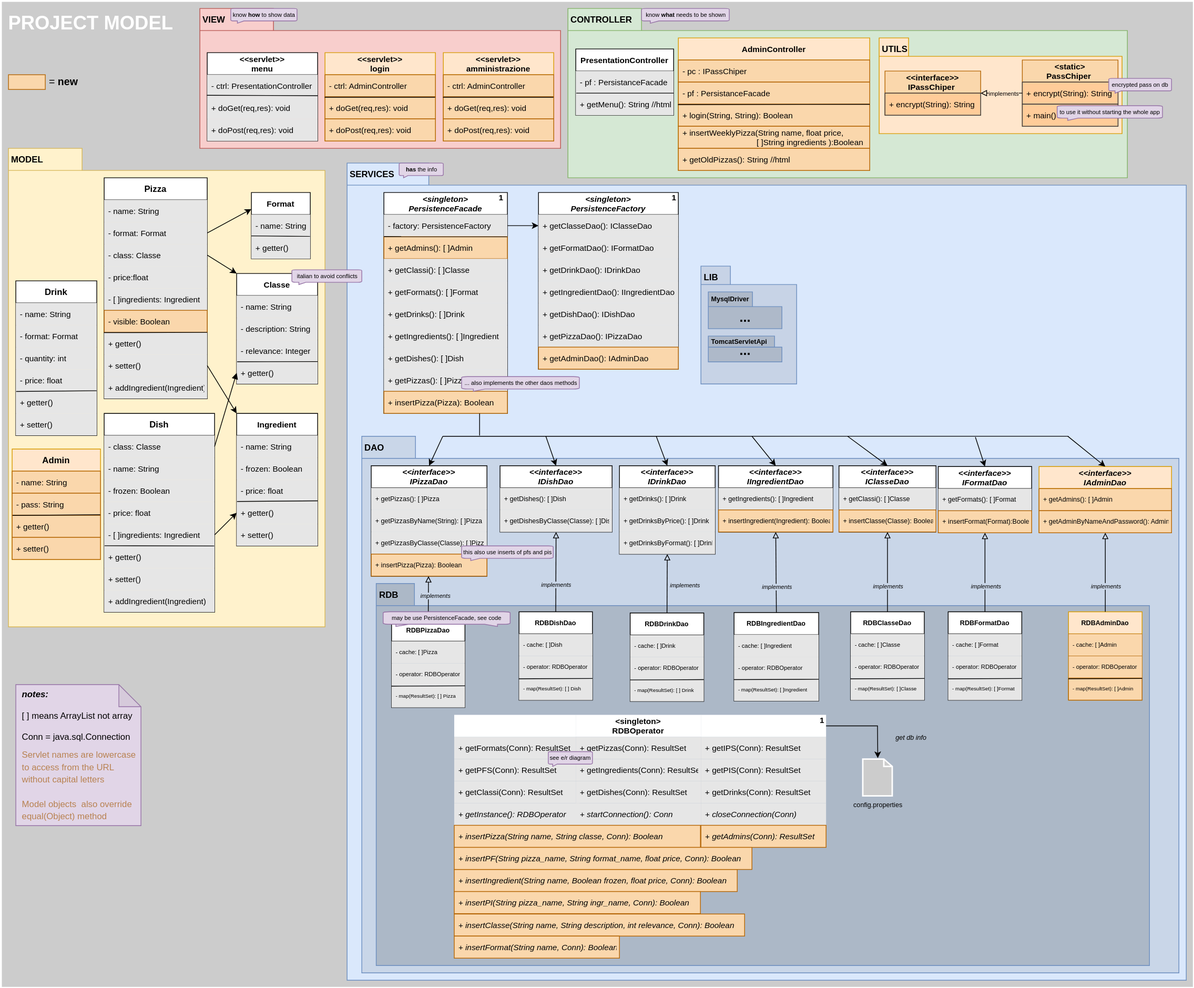
Before: doc/assets/2projectModel.drawio.svg, a diagram exported from draw.io (omismone/strapizzami). Source tidied: cells renumbered, new cells last; positions are measured from the earlier drawing's top-left corner, leaving out a move shared by most shapes.
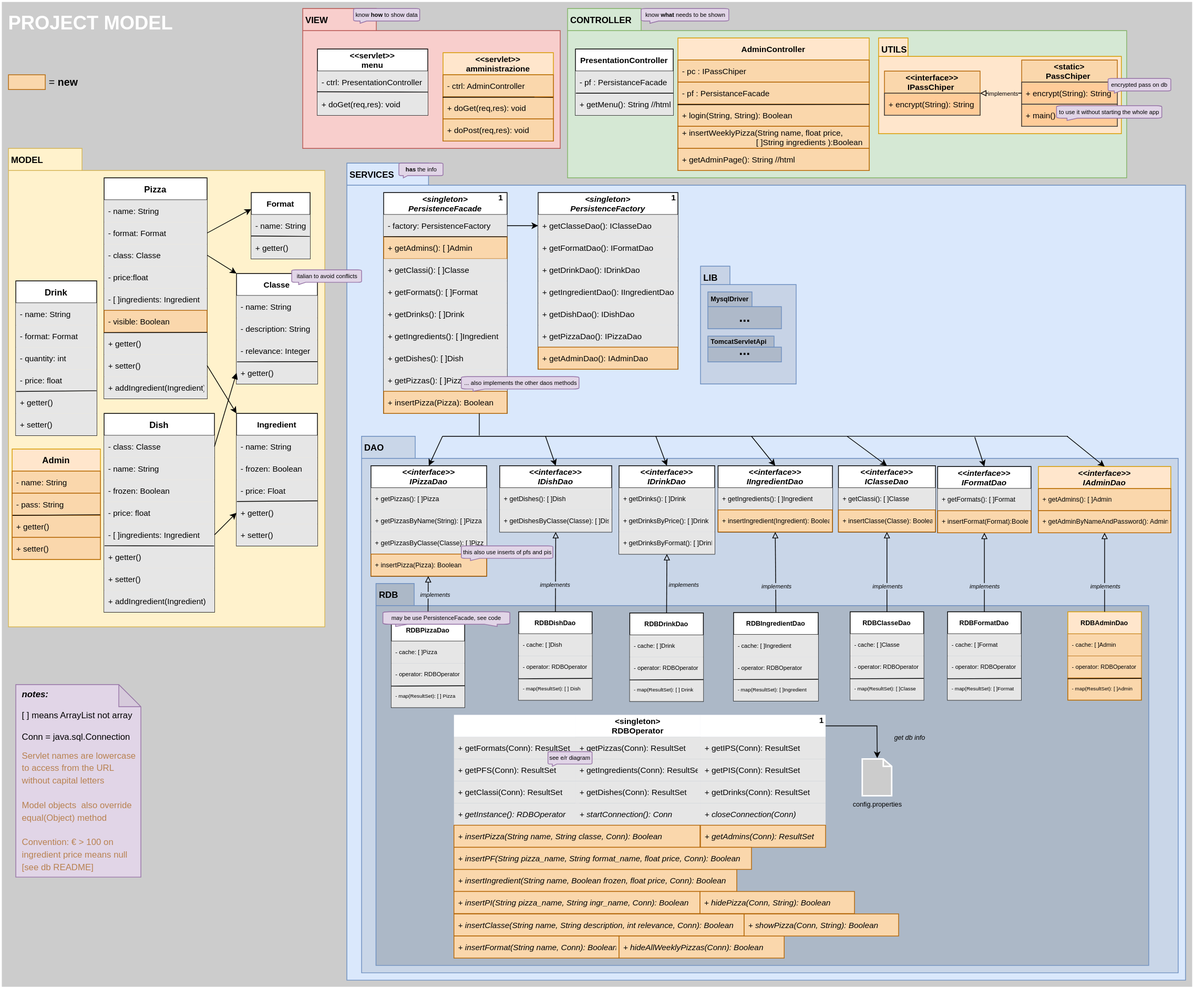
Later version of the same file.

The edit, as a diff of the source:
```diff
@@ -82,7 +82,7 @@
     <mxCell id="27" value="- frozen: Boolean" style="text;strokeColor=none;fillColor=#E6E6E6;align=left;verticalAlign=middle;spacingLeft=4;spacingRight=4;overflow=hidden;fontSize=11;" parent="25" vertex="1">
       <mxGeometry y="60" width="110" height="30" as="geometry" />
     </mxCell>
-    <mxCell id="28" value="- price: float" style="text;strokeColor=none;fillColor=#E6E6E6;align=left;verticalAlign=middle;spacingLeft=4;spacingRight=4;overflow=hidden;fontSize=11;" parent="25" vertex="1">
+    <mxCell id="28" value="- price: Float" style="text;strokeColor=none;fillColor=#E6E6E6;align=left;verticalAlign=middle;spacingLeft=4;spacingRight=4;overflow=hidden;fontSize=11;" parent="25" vertex="1">
       <mxGeometry y="90" width="110" height="30" as="geometry" />
     </mxCell>
     <mxCell id="29" value="+ getter()" style="text;strokeColor=none;fillColor=#E6E6E6;align=left;verticalAlign=middle;spacingLeft=4;spacingRight=4;overflow=hidden;points=[[0,0.5],[1,0.5]];portConstraint=eastwest;fontSize=11;" parent="25" vertex="1">
@@ -395,10 +395,10 @@
       <mxGeometry relative="1" as="geometry" />
     </mxCell>
     <mxCell id="130" value="VIEW" style="shape=folder;fontStyle=1;spacingTop=2;tabWidth=100;tabHeight=30;tabPosition=left;html=1;verticalAlign=top;align=left;horizontal=1;labelPosition=center;verticalLabelPosition=middle;fontSize=12;spacingLeft=2;fillColor=#f8cecc;strokeColor=#b85450;" parent="1" vertex="1">
-      <mxGeometry x="270" y="10" width="490" height="190" as="geometry" />
+      <mxGeometry x="410" y="10" width="350" height="190" as="geometry" />
     </mxCell>
     <mxCell id="131" value="&lt;&lt;servlet&gt;&gt;&#10;menu" style="swimlane;fontStyle=1;horizontal=1;startSize=30;fontSize=11;" parent="1" vertex="1">
-      <mxGeometry x="280" y="70" width="150" height="120" as="geometry" />
+      <mxGeometry x="430" y="65" width="150" height="90" as="geometry" />
     </mxCell>
     <mxCell id="132" value="- ctrl: PresentationController" style="text;strokeColor=none;fillColor=#E6E6E6;align=left;verticalAlign=middle;spacingLeft=4;spacingRight=4;overflow=hidden;points=[[0,0.5],[1,0.5]];portConstraint=eastwest;fontSize=11;" parent="131" vertex="1">
       <mxGeometry y="30" width="150" height="30" as="geometry" />
@@ -406,9 +406,6 @@
     <mxCell id="133" value="+ doGet(req,res): void" style="text;strokeColor=none;fillColor=#E6E6E6;align=left;verticalAlign=middle;spacingLeft=4;spacingRight=4;overflow=hidden;points=[[0,0.5],[1,0.5]];portConstraint=eastwest;fontSize=11;" parent="131" vertex="1">
       <mxGeometry y="60" width="150" height="30" as="geometry" />
     </mxCell>
-    <mxCell id="134" value="+ doPost(req,res): void" style="text;strokeColor=none;fillColor=#E6E6E6;align=left;verticalAlign=middle;spacingLeft=4;spacingRight=4;overflow=hidden;fontSize=11;" parent="131" vertex="1">
-      <mxGeometry y="90" width="150" height="30" as="geometry" />
-    </mxCell>
     <mxCell id="135" style="endArrow=none;html=1;rounded=0;fontSize=6;exitX=-0.004;exitY=-0.067;exitDx=0;exitDy=0;exitPerimeter=0;entryX=1.001;entryY=0.948;entryDx=0;entryDy=0;entryPerimeter=0;" parent="131" edge="1" source="133" target="132">
       <mxGeometry relative="1" as="geometry" />
     </mxCell>
@@ -437,7 +434,7 @@
       <mxGeometry relative="1" as="geometry" />
     </mxCell>
     <mxCell id="144" value="know &lt;b&gt;how &lt;/b&gt;to show data" style="html=1;verticalLabelPosition=middle;align=center;labelBackgroundColor=none;verticalAlign=middle;strokeWidth=1;strokeColor=#9673a6;shadow=0;dashed=0;shape=mxgraph.ios7.icons.message;labelBorderColor=none;fontSize=8;direction=east;flipH=1;labelPosition=center;spacingTop=-3;fillColor=#e1d5e7;" parent="1" vertex="1">
-      <mxGeometry x="312" y="10" width="90" height="20" as="geometry" />
+      <mxGeometry x="479" y="10" width="90" height="20" as="geometry" />
     </mxCell>
     <mxCell id="145" value="know &lt;b&gt;what &lt;/b&gt;needs to be shown" style="html=1;verticalLabelPosition=middle;align=center;labelBackgroundColor=none;verticalAlign=middle;strokeWidth=1;strokeColor=#9673a6;shadow=0;dashed=0;shape=mxgraph.ios7.icons.message;labelBorderColor=none;fontSize=8;direction=east;flipH=1;labelPosition=center;spacingTop=-3;fillColor=#e1d5e7;" parent="1" vertex="1">
       <mxGeometry x="870" y="10" width="119.2" height="20" as="geometry" />
@@ -449,7 +446,7 @@
       <mxGeometry x="395" y="365" width="95" height="20" as="geometry" />
     </mxCell>
     <mxCell id="148" value="&lt;i&gt;&lt;b&gt;&amp;nbsp; notes:&lt;/b&gt;&lt;br&gt;&lt;/i&gt;&lt;br&gt;&amp;nbsp; [ ] means ArrayList not array&lt;br&gt;&lt;br&gt;&amp;nbsp; Conn = java.sql.Connection" style="shape=note;whiteSpace=wrap;html=1;backgroundOutline=1;darkOpacity=0.05;fillColor=#e1d5e7;strokeColor=#9673a6;align=left;verticalAlign=top;" parent="1" vertex="1">
-      <mxGeometry x="20" y="928.4" width="170" height="191.6" as="geometry" />
+      <mxGeometry x="20" y="928.4" width="170" height="261.6" as="geometry" />
     </mxCell>
     <mxCell id="149" style="endArrow=block;html=1;rounded=0;labelBackgroundColor=none;fontSize=8;fontColor=default;strokeColor=default;exitX=0.5;exitY=0;exitDx=0;exitDy=0;endFill=0;entryX=0.5;entryY=1;entryDx=0;entryDy=0;" parent="1" edge="1" source="109" target="106">
       <mxGeometry relative="1" as="geometry" />
@@ -619,21 +616,6 @@
     <mxCell id="194" value="&lt;b&gt;&lt;font style=&quot;font-size: 18px;&quot;&gt;...&lt;/font&gt;&lt;/b&gt;" style="text;html=1;strokeColor=none;fillColor=none;align=center;verticalAlign=middle;whiteSpace=wrap;rounded=0;" parent="1" vertex="1">
       <mxGeometry x="960.7" y="470" width="100" height="10" as="geometry" />
     </mxCell>
-    <mxCell id="195" value="&lt;&lt;servlet&gt;&gt;&#10;login" style="swimlane;fontStyle=1;horizontal=1;startSize=30;fontSize=11;fillColor=#ffe6cc;strokeColor=#d79b00;" parent="1" vertex="1">
-      <mxGeometry x="440" y="70" width="150" height="120" as="geometry" />
-    </mxCell>
-    <mxCell id="196" value="- ctrl: AdminController" style="text;strokeColor=#b46504;fillColor=#fad7ac;align=left;verticalAlign=middle;spacingLeft=4;spacingRight=4;overflow=hidden;fontSize=11;" parent="195" vertex="1">
-      <mxGeometry y="30" width="150" height="30" as="geometry" />
-    </mxCell>
-    <mxCell id="197" value="+ doGet(req,res): void" style="text;strokeColor=#b46504;fillColor=#fad7ac;align=left;verticalAlign=middle;spacingLeft=4;spacingRight=4;overflow=hidden;points=[[0,0.5],[1,0.5]];portConstraint=eastwest;fontSize=11;" parent="195" vertex="1">
-      <mxGeometry y="60" width="150" height="30" as="geometry" />
-    </mxCell>
-    <mxCell id="198" value="+ doPost(req,res): void" style="text;strokeColor=#b46504;fillColor=#fad7ac;align=left;verticalAlign=middle;spacingLeft=4;spacingRight=4;overflow=hidden;fontSize=11;" parent="195" vertex="1">
-      <mxGeometry y="90" width="150" height="30" as="geometry" />
-    </mxCell>
-    <mxCell id="199" style="endArrow=none;html=1;rounded=0;fontSize=6;exitX=-0.003;exitY=0.019;exitDx=0;exitDy=0;exitPerimeter=0;entryX=0.997;entryY=0.022;entryDx=0;entryDy=0;entryPerimeter=0;" parent="195" edge="1" source="197" target="197">
-      <mxGeometry relative="1" as="geometry" />
-    </mxCell>
     <mxCell id="200" value="Admin" style="swimlane;fontStyle=1;horizontal=1;startSize=30;fontSize=12;fillColor=#ffe6cc;strokeColor=#d79b00;" parent="1" vertex="1">
       <mxGeometry x="15" y="608.4" width="120" height="150" as="geometry" />
     </mxCell>
@@ -673,14 +655,14 @@
     <mxCell id="212" value="+ insertWeeklyPizza(String name, float price,&#10;                                 [ ]String ingredients ):Boolean" style="text;strokeColor=#b46504;fillColor=#fad7ac;align=left;verticalAlign=middle;spacingLeft=4;spacingRight=4;overflow=hidden;fontSize=11;" parent="208" vertex="1">
       <mxGeometry y="120" width="260" height="30" as="geometry" />
     </mxCell>
-    <mxCell id="213" value="+ getOldPizzas(): String //html" style="text;strokeColor=#b46504;fillColor=#fad7ac;align=left;verticalAlign=middle;spacingLeft=4;spacingRight=4;overflow=hidden;fontSize=11;" parent="208" vertex="1">
+    <mxCell id="213" value="+ getAdminPage(): String //html" style="text;strokeColor=#b46504;fillColor=#fad7ac;align=left;verticalAlign=middle;spacingLeft=4;spacingRight=4;overflow=hidden;fontSize=11;" parent="208" vertex="1">
       <mxGeometry y="150" width="260" height="30" as="geometry" />
     </mxCell>
     <mxCell id="214" style="endArrow=none;html=1;rounded=0;fontSize=14;entryX=1;entryY=1.008;entryDx=0;entryDy=0;entryPerimeter=0;exitX=-0.002;exitY=1.019;exitDx=0;exitDy=0;exitPerimeter=0;" parent="208" edge="1" source="210" target="210">
       <mxGeometry relative="1" as="geometry" />
     </mxCell>
-    <mxCell id="215" value="&lt;font color=&quot;#b88251&quot;&gt;&lt;span style=&quot;font-size: 12px;&quot;&gt;&amp;nbsp; Servlet names are lowercase&amp;nbsp; &amp;nbsp; to access from the URL&amp;nbsp; &amp;nbsp; &amp;nbsp; &amp;nbsp; &amp;nbsp; &amp;nbsp; without capital letters&lt;br&gt;&lt;/span&gt;&lt;br style=&quot;font-size: 12px;&quot;&gt;&lt;span style=&quot;font-size: 12px;&quot;&gt;&amp;nbsp; Model objects&amp;nbsp; also override&amp;nbsp; &amp;nbsp; &amp;nbsp; equal(Object) method&lt;/span&gt;&lt;/font&gt;&lt;span style=&quot;font-size: 12px;&quot;&gt;&lt;br&gt;&lt;/span&gt;" style="text;html=1;strokeColor=none;fillColor=none;align=left;verticalAlign=middle;whiteSpace=wrap;rounded=0;fontSize=14;fontColor=#F0AC46;labelBorderColor=none;labelBackgroundColor=none;" parent="1" vertex="1">
-      <mxGeometry x="20" y="1009.5" width="170" height="110" as="geometry" />
+    <mxCell id="215" value="&lt;font color=&quot;#b88251&quot;&gt;&lt;span style=&quot;font-size: 12px;&quot;&gt;&amp;nbsp; Servlet names are lowercase&amp;nbsp; &amp;nbsp; to access from the URL&amp;nbsp; &amp;nbsp; &amp;nbsp; &amp;nbsp; &amp;nbsp; &amp;nbsp; without capital letters&lt;br&gt;&lt;/span&gt;&lt;br style=&quot;font-size: 12px;&quot;&gt;&lt;span style=&quot;font-size: 12px;&quot;&gt;&amp;nbsp; Model objects&amp;nbsp; also override&amp;nbsp; &amp;nbsp; &amp;nbsp; equal(Object) method&lt;br&gt;&lt;br&gt;&lt;/span&gt;&lt;/font&gt;&lt;span style=&quot;color: rgb(184, 130, 81); font-size: 12px;&quot;&gt;&amp;nbsp; Convention: € &amp;gt; 100 on&amp;nbsp; &amp;nbsp; &amp;nbsp; &amp;nbsp; &amp;nbsp; &amp;nbsp; &amp;nbsp; ingredient price means null&amp;nbsp; &amp;nbsp; &amp;nbsp; &amp;nbsp; [see db README]&lt;/span&gt;&lt;span style=&quot;font-size: 12px;&quot;&gt;&lt;br&gt;&lt;/span&gt;" style="text;html=1;strokeColor=none;fillColor=none;align=left;verticalAlign=middle;whiteSpace=wrap;rounded=0;fontSize=14;fontColor=#F0AC46;labelBorderColor=none;labelBackgroundColor=none;" parent="1" vertex="1">
+      <mxGeometry x="20" y="1009.5" width="170" height="180.5" as="geometry" />
     </mxCell>
     <mxCell id="216" value="&lt;&lt;servlet&gt;&gt;&#10;amministrazione" style="swimlane;fontStyle=1;horizontal=1;startSize=30;fontSize=11;fillColor=#ffe6cc;strokeColor=#d79b00;" parent="1" vertex="1">
       <mxGeometry x="600.7" y="70" width="150" height="120" as="geometry" />
@@ -790,5 +772,14 @@
         <mxPoint x="5" y="2" as="offset" />
       </mxGeometry>
     </mxCell>
+    <mxCell id="250" value="+ hideAllWeeklyPizzas(Conn): Boolean" style="text;strokeColor=#b46504;fillColor=#fad7ac;align=left;verticalAlign=middle;spacingLeft=4;spacingRight=4;overflow=hidden;fontSize=11;fontStyle=2;" parent="1" vertex="1">
+      <mxGeometry x="840" y="1270" width="224.4" height="30" as="geometry" />
+    </mxCell>
+    <mxCell id="251" value="+ hidePizza(Conn, String): Boolean" style="text;strokeColor=#b46504;fillColor=#fad7ac;align=left;verticalAlign=middle;spacingLeft=4;spacingRight=4;overflow=hidden;fontSize=11;fontStyle=2;" parent="1" vertex="1">
+      <mxGeometry x="950" y="1209.5" width="210" height="30" as="geometry" />
+    </mxCell>
+    <mxCell id="252" value="+ showPizza(Conn, String): Boolean" style="text;strokeColor=#b46504;fillColor=#fad7ac;align=left;verticalAlign=middle;spacingLeft=4;spacingRight=4;overflow=hidden;fontSize=11;fontStyle=2;" parent="1" vertex="1">
+      <mxGeometry x="1010" y="1240" width="210" height="30" as="geometry" />
+    </mxCell>
   </root>
 </mxGraphModel>
```
